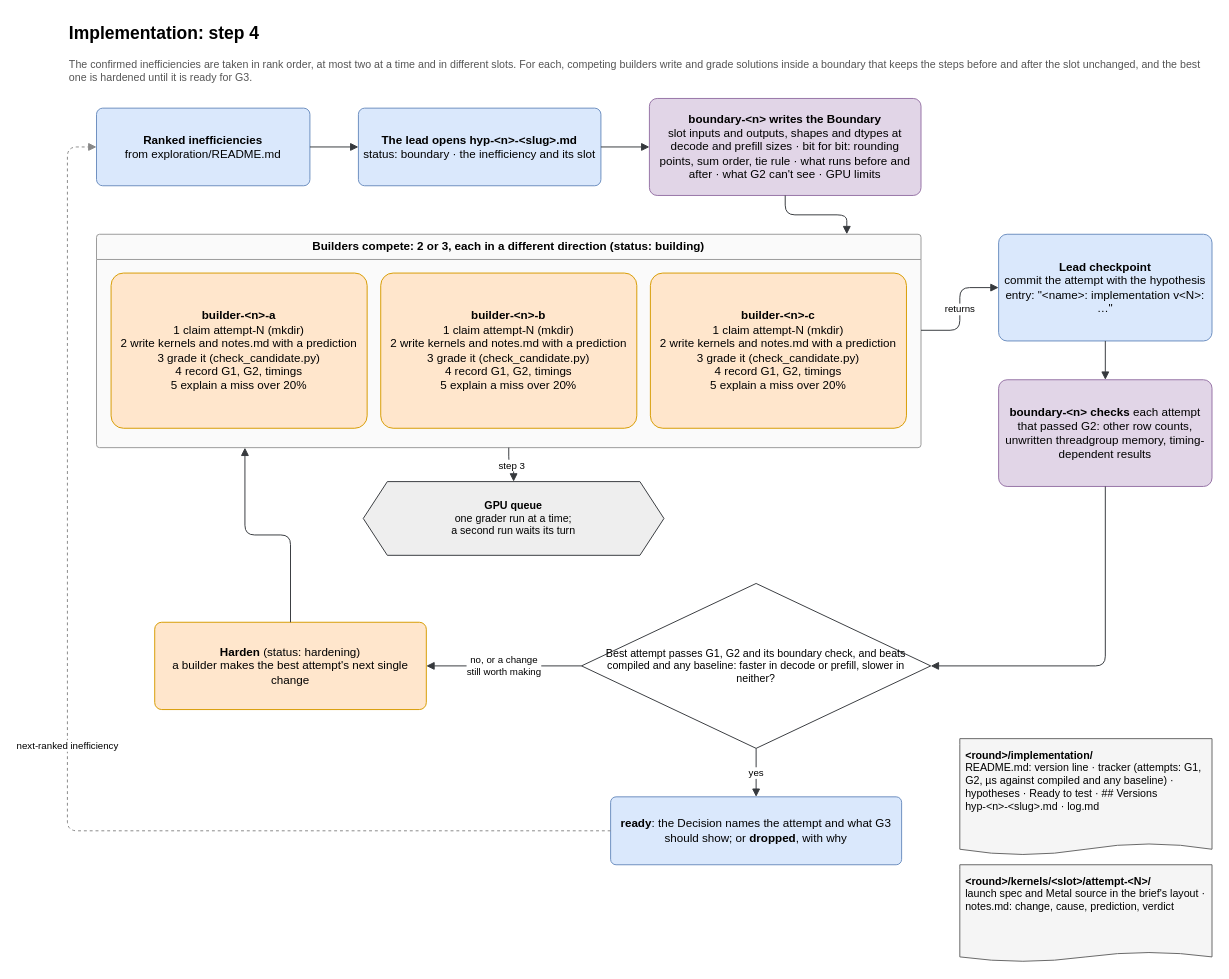
Earlier version of the draw.io diagram page "Implementation" (3 of 3) of claude/diagrams/muse-swarm.drawio (surucuonur/WeSolve-MetaHackathon). Source tidied: cells renumbered, new cells numbered last; positions are measured from the earlier drawing's top-left corner, leaving out a move shared by most shapes. Both pictures are drawn from the tidied source at 97%, with x=0, y=0 at pixel (67, 16).
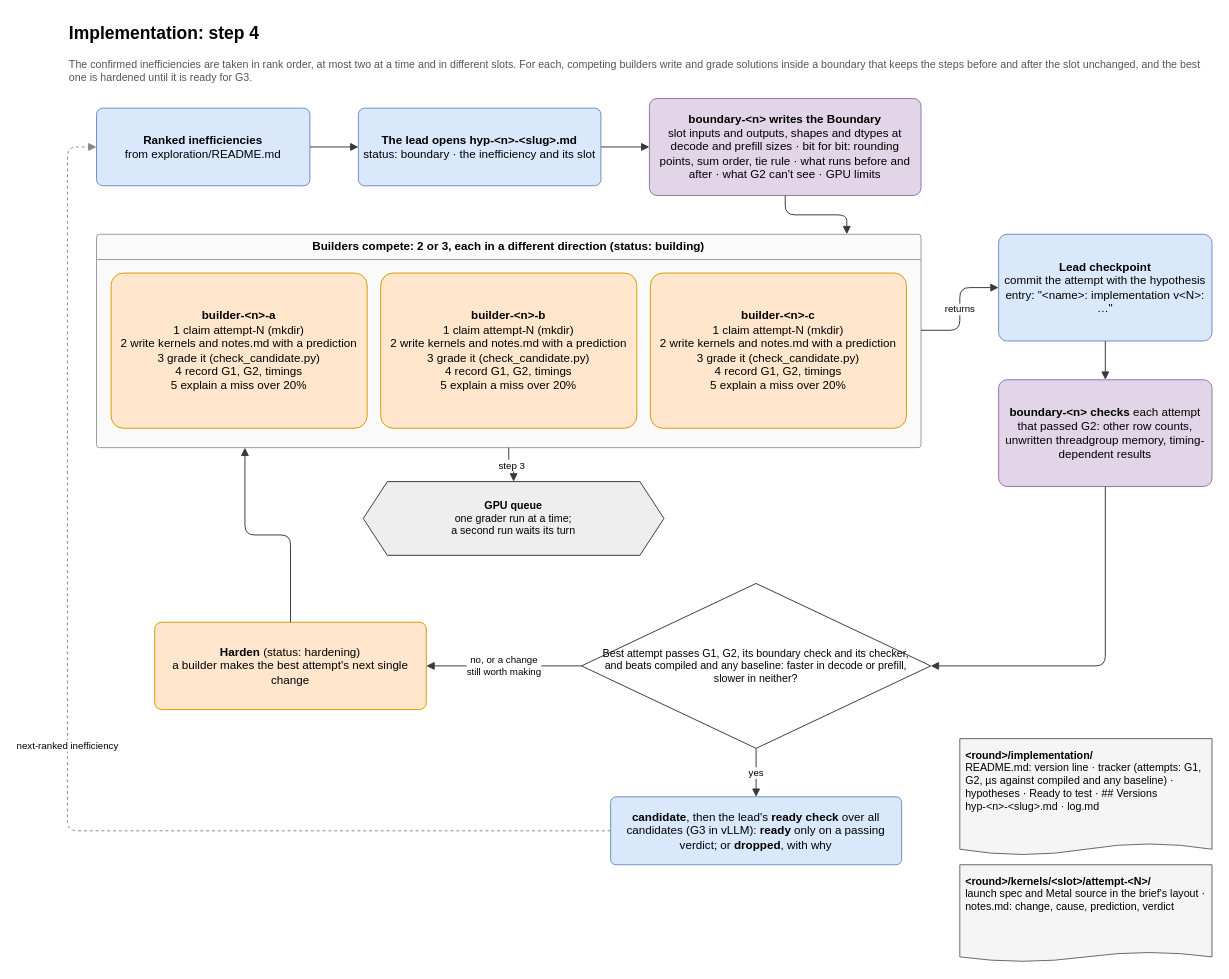
Above is the later version.

What changed in the source:
```diff
@@
-    <mxCell id="20" value="Best attempt passes G1, G2 and its boundary check, and beats compiled and any baseline: faster in decode or prefill, slower in neither?" style="rhombus;whiteSpace=wrap;html=1;fontSize=11;fillColor=#ffffff;strokeColor=#36393d;spacing=18;" parent="1" vertex="1">
+    <mxCell id="20" value="Best attempt passes G1, G2, its boundary check and its checker, and beats compiled and any baseline: faster in decode or prefill, slower in neither?" style="rhombus;whiteSpace=wrap;html=1;fontSize=11;fillColor=#ffffff;strokeColor=#36393d;spacing=18;" parent="1" vertex="1">
       <mxGeometry x="530" y="584" width="360" height="170" as="geometry" />
     </mxCell>
@@
-    <mxCell id="25" value="&lt;b&gt;ready&lt;/b&gt;: the Decision names the attempt and what G3 should show; or &lt;b&gt;dropped&lt;/b&gt;, with why" style="rounded=1;whiteSpace=wrap;html=1;arcSize=8;fontSize=12;spacing=6;fillColor=#dae8fc;strokeColor=#6c8ebf;" parent="1" vertex="1">
+    <mxCell id="25" value="&lt;b&gt;candidate&lt;/b&gt;, then the lead's &lt;b&gt;ready check&lt;/b&gt; over all candidates (G3 in vLLM): &lt;b&gt;ready&lt;/b&gt; only on a passing verdict; or &lt;b&gt;dropped&lt;/b&gt;, with why" style="rounded=1;whiteSpace=wrap;html=1;arcSize=8;fontSize=12;spacing=6;fillColor=#dae8fc;strokeColor=#6c8ebf;" parent="1" vertex="1">
       <mxGeometry x="560" y="804" width="300" height="70" as="geometry" />
     </mxCell>
```
